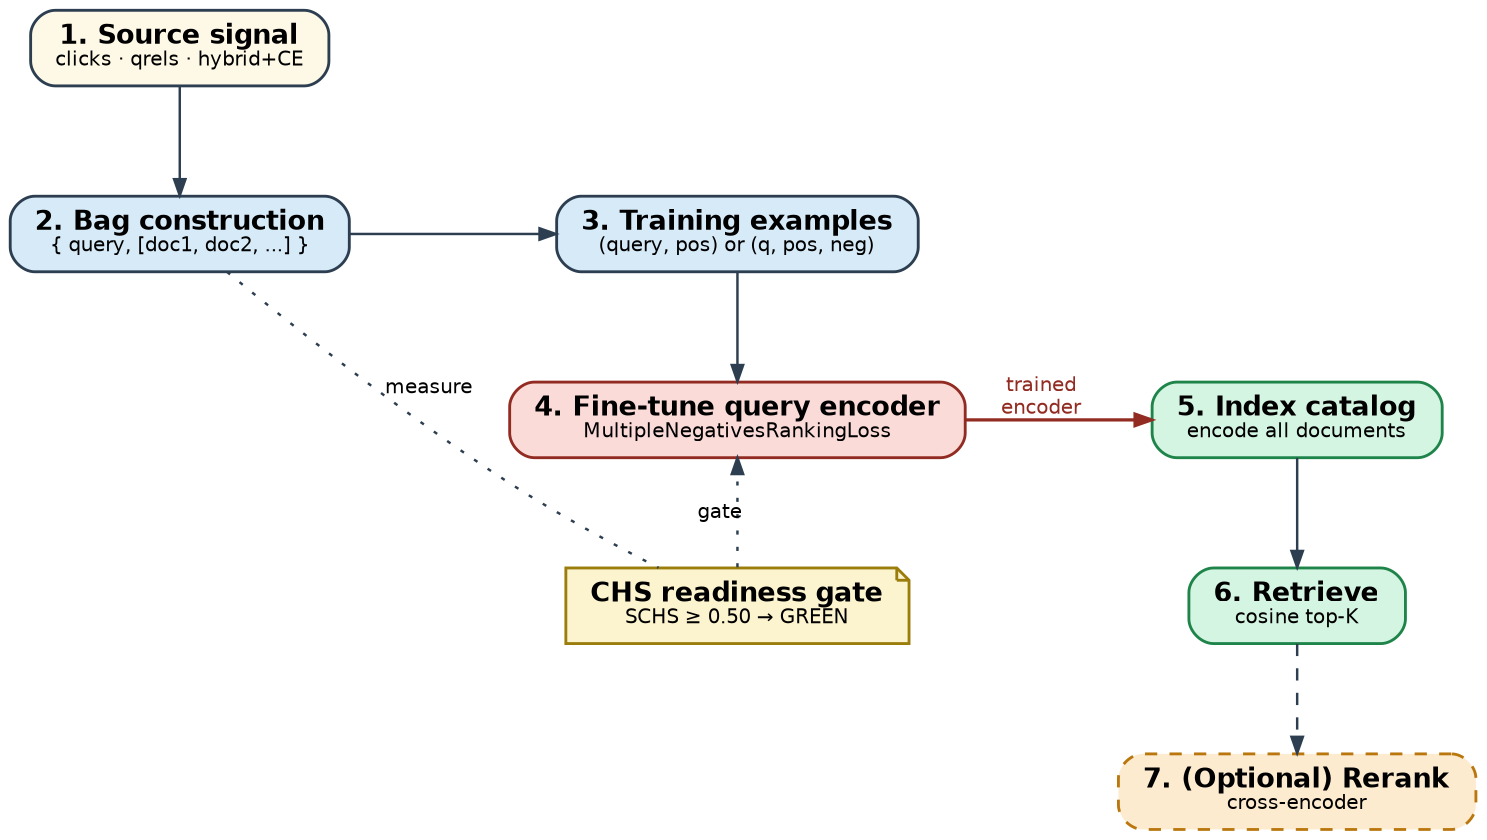
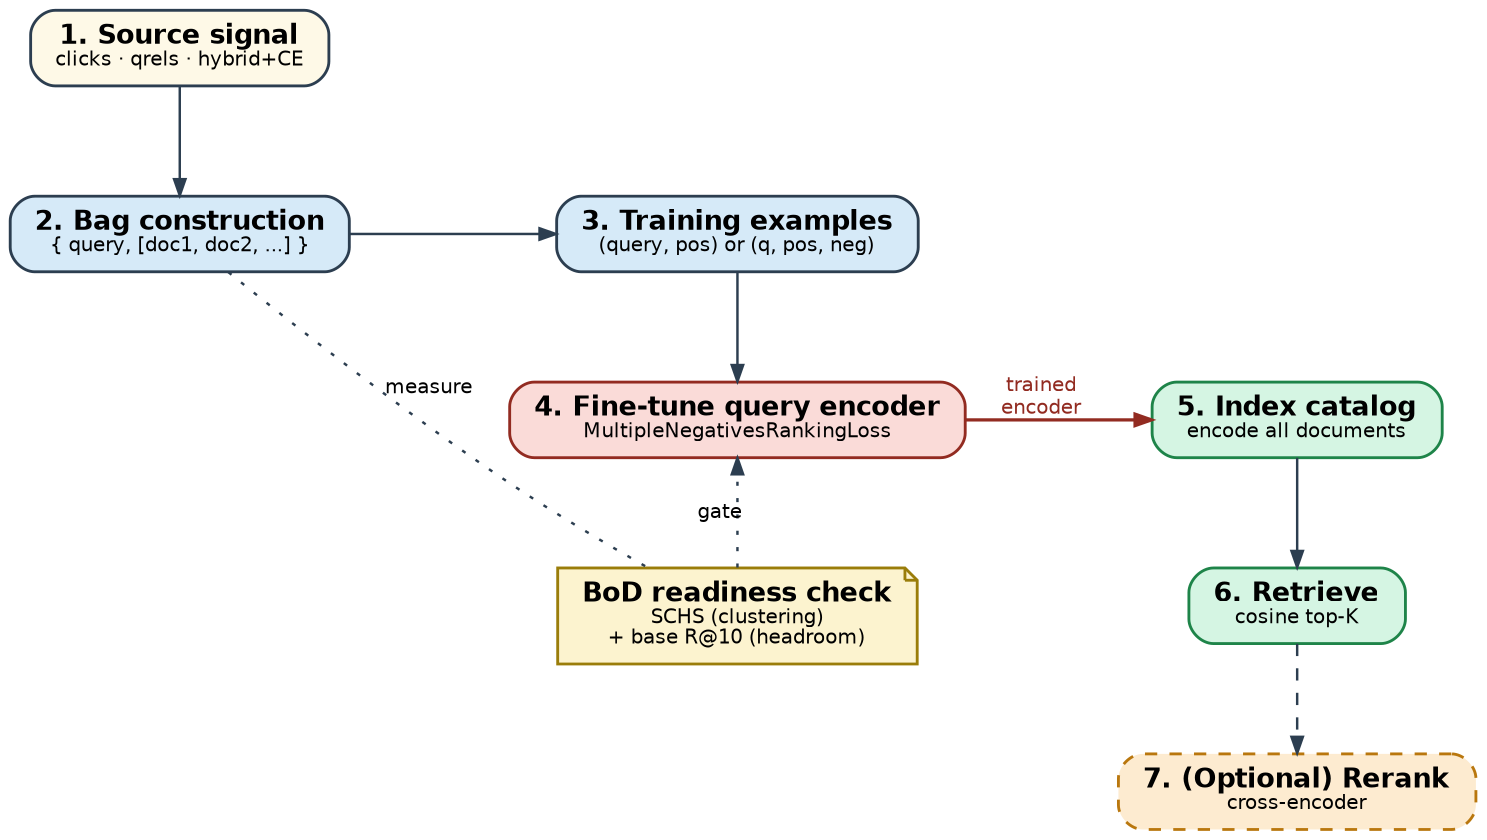
// Bag-of-Documents (BoD) retrieval pipeline.
// Slide-friendly 3-row grid (~16:9). Render with:
//   dot -Tsvg docs/bod_pipeline.dot -o docs/bod_pipeline.svg
//   dot -Tpng -Gdpi=200 docs/bod_pipeline.dot -o docs/bod_pipeline.png

digraph BoD {
    rankdir=LR;
    bgcolor="white";
    fontname="Helvetica";
    ranksep=0.45;
    nodesep=0.35;
    size="10,5.6!";
    ratio=fill;
    node [fontname="Helvetica", fontsize=13, shape=box, style="rounded,filled",
          color="#2c3e50", fillcolor="#ecf0f1", penwidth=1.4, margin="0.16,0.10"];
    edge [fontname="Helvetica", fontsize=10, color="#2c3e50", penwidth=1.2,
          arrowsize=0.8];

    // ---- Row 1: signal -> bags ----------------------------------------
    signal [label=<<b>1. Source signal</b><br/><font point-size="10">clicks · qrels · hybrid+CE</font>>,
            fillcolor="#fef9e7"];
    bags   [label=<<b>2. Bag construction</b><br/><font point-size="10">{ query, [doc1, doc2, ...] }</font>>,
            fillcolor="#d6eaf8"];

    // ---- Row 2: triplets -> finetune ----------------------------------
    triplets [label=<<b>3. Training examples</b><br/><font point-size="10">(query, pos) or (q, pos, neg)</font>>,
              fillcolor="#d6eaf8"];
    finetune [label=<<b>4. Fine-tune query encoder</b><br/><font point-size="10">MultipleNegativesRankingLoss</font>>,
              fillcolor="#fadbd8", color="#922b21"];

    // ---- Row 3: index -> serve -> rerank ------------------------------
    index    [label=<<b>5. Index catalog</b><br/><font point-size="10">encode all documents</font>>,
              fillcolor="#d5f5e3", color="#1e8449"];
    serve    [label=<<b>6. Retrieve</b><br/><font point-size="10">cosine top-K</font>>,
              fillcolor="#d5f5e3", color="#1e8449"];
    rerank   [label=<<b>7. (Optional) Rerank</b><br/><font point-size="10">cross-encoder</font>>,
              fillcolor="#fdebd0", color="#b9770e", style="rounded,filled,dashed"];

    // ---- CHS gate ------------------------------------------------------
-     chs [label=<<b>CHS readiness gate</b><br/><font point-size="10">SCHS ≥ 0.50 → GREEN</font>>,
+     chs [label=<<b>BoD readiness check</b><br/><font point-size="10">SCHS (clustering)<br/>+ base R@10 (headroom)</font>>,
         fillcolor="#fcf3cf", color="#9a7d0a", shape=note];

    // Force row alignment.
    {rank=same; signal; bags;}
    {rank=same; triplets; finetune; chs;}
    {rank=same; index; serve; rerank;}

    // Edges.
    signal -> bags;
    bags   -> triplets;
    triplets -> finetune;
    finetune -> index [label="trained\nencoder",
                       color="#922b21", fontcolor="#922b21", penwidth=1.6];
    index -> serve;
    serve -> rerank [style=dashed];

    // Snake turns: bags -> triplets (down + right), finetune -> index (down + back).
    // CHS hangs off bags.
    bags -> chs [style=dotted, arrowhead=none, label="measure", constraint=false];
    chs  -> finetune [style=dotted, label="gate", constraint=false];
}
